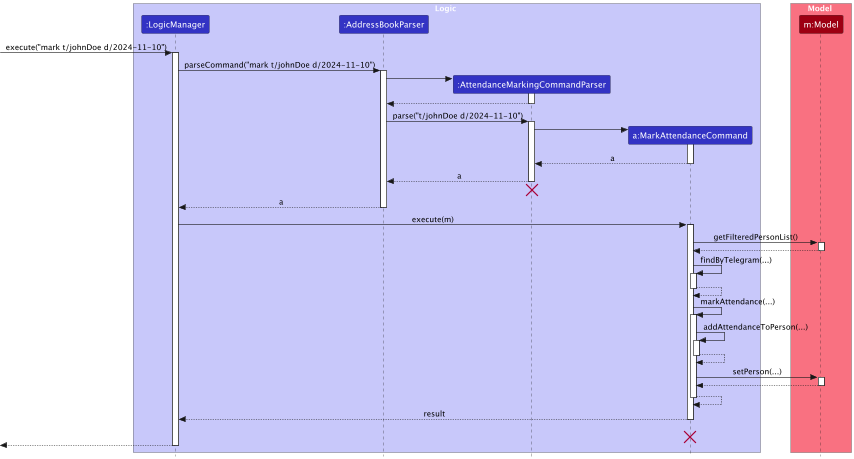
The PlantUML diagram docs/images/MarkAttendanceSequenceDiagram-Logic.png in nus-cs2103-AY2425S1/tp, before a commit.
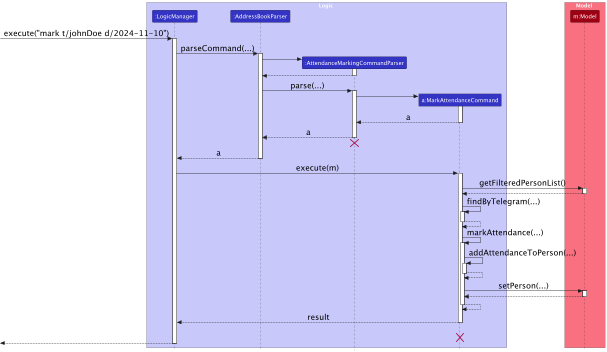
Above is the later version.

The edit, as a diff of the source:
```diff
@@ -2,6 +2,7 @@
 !include style.puml
 skinparam ArrowFontStyle plain
 skinparam style strictuml
+skinparam ArrowFontSize 20
 
 box Logic LOGIC_COLOR_T1
 participant ":LogicManager" as LogicManager LOGIC_COLOR
@@ -16,7 +17,7 @@
 [-> LogicManager : execute("mark t/johnDoe d/2024-11-10")
 activate LogicManager
 
-LogicManager -> AddressBookParser : parseCommand("mark t/johnDoe d/2024-11-10")
+LogicManager -> AddressBookParser : parseCommand(...)
 activate AddressBookParser
 
 create AttendanceMarkingCommandParser
@@ -26,7 +27,7 @@
 AttendanceMarkingCommandParser --> AddressBookParser
 deactivate AttendanceMarkingCommandParser
 
-AddressBookParser -> AttendanceMarkingCommandParser : parse("t/johnDoe d/2024-11-10")
+AddressBookParser -> AttendanceMarkingCommandParser : parse(...)
 activate AttendanceMarkingCommandParser
 
 create MarkAttendanceCommand
```
